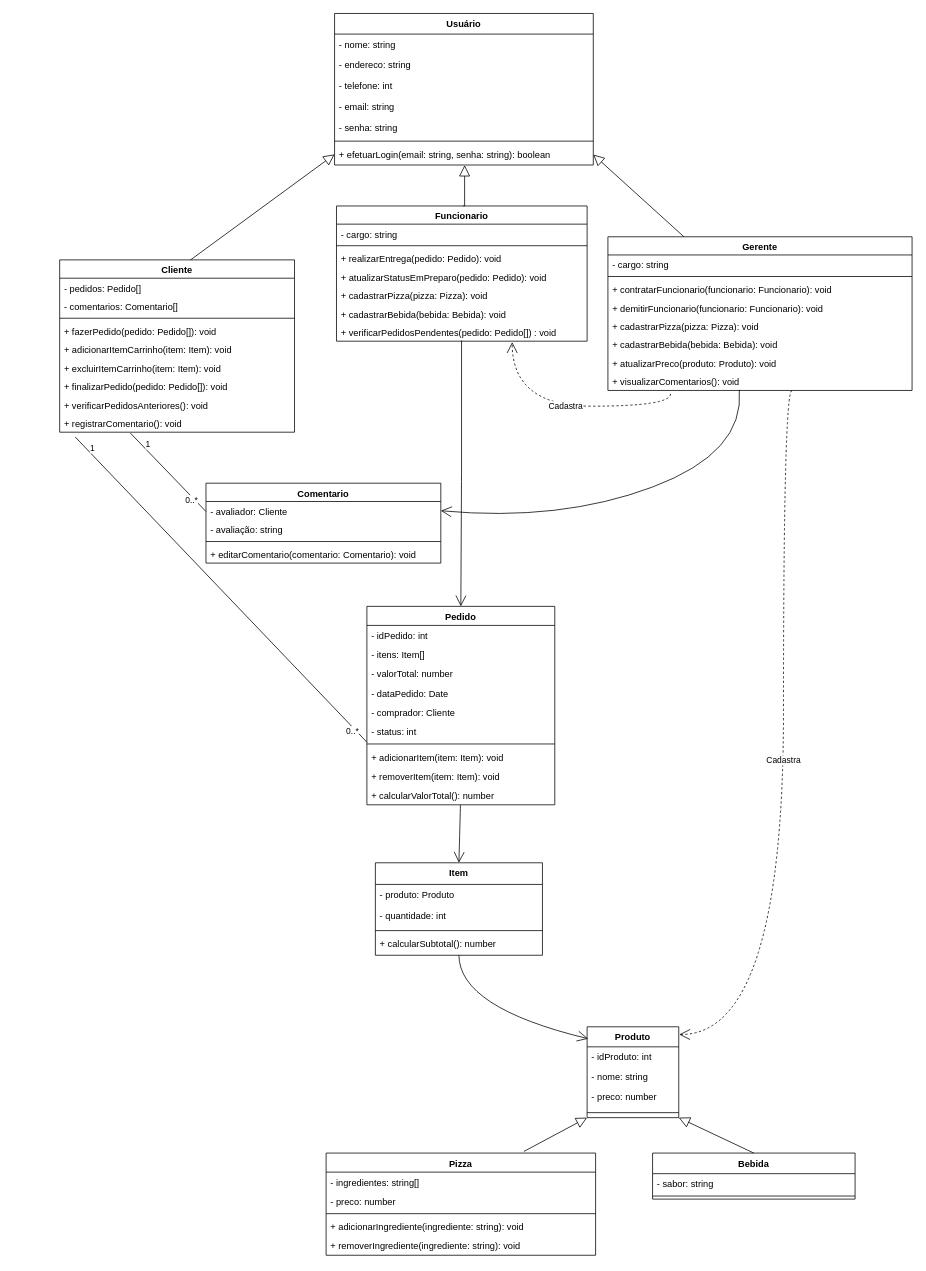
Earlier version of the draw.io diagram Eng. de software/Trab_EngenhariaSF.drawio (LuisAugusto0/Arquivos_PUC_CC). Source tidied: cells renumbered, new cells numbered last; positions are measured from the earlier drawing's top-left corner, leaving out a move shared by most shapes. Both pictures are drawn from the tidied source at 77%, with x=0, y=0 at pixel (59, 13).
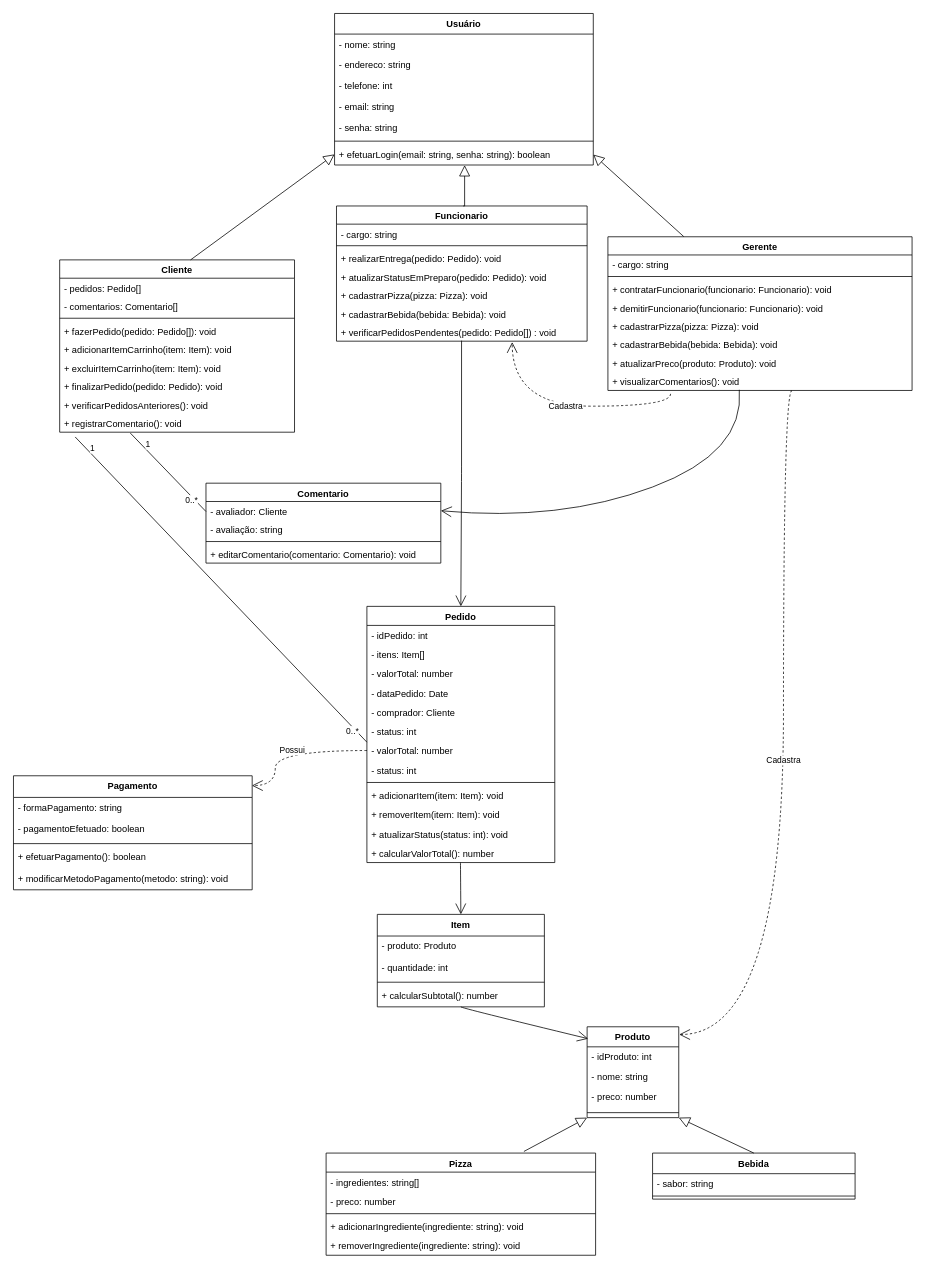
Above is the later version.

Unchanged cells that the change refers to:
```xml
<mxCell id="2" value="Cliente" style="swimlane;fontStyle=1;align=center;verticalAlign=top;horizontal=1;startSize=23.8104775168679;" parent="1" vertex="1">
  <mxGeometry y="320" width="305" height="223.8" as="geometry" />
</mxCell>
```

Change to the diagram source:
```diff
@@
-    <mxCell id="9" value="+ finalizarPedido(pedido: Pedido[]): void" style="text;strokeColor=none;fillColor=none;align=left;verticalAlign=top;spacingLeft=4;spacingRight=4;overflow=hidden;" parent="2" vertex="1">
+    <mxCell id="9" value="+ finalizarPedido(pedido: Pedido): void" style="text;strokeColor=none;fillColor=none;align=left;verticalAlign=top;spacingLeft=4;spacingRight=4;overflow=hidden;" parent="2" vertex="1">
       <mxGeometry y="151.8" width="305" height="24" as="geometry" />
     </mxCell>
@@
     <mxCell id="39" value="Pedido" style="swimlane;fontStyle=1;align=center;verticalAlign=top;horizontal=1;startSize=24.730932235717773;" parent="1" vertex="1">
-      <mxGeometry x="399" y="770" width="244" height="257.7" as="geometry" />
+      <mxGeometry x="399" y="770" width="244" height="332.7" as="geometry" />
     </mxCell>
@@
+    <mxCell id="89" value="- valorTotal: number" style="text;strokeColor=none;fillColor=none;align=left;verticalAlign=top;spacingLeft=4;spacingRight=4;overflow=hidden;points=[[0,0.5],[1,0.5]];portConstraint=eastwest;" parent="39" vertex="1">
+      <mxGeometry y="174.7" width="244" height="25" as="geometry" />
+    </mxCell>
+    <mxCell id="90" value="- status: int" style="text;strokeColor=none;fillColor=none;align=left;verticalAlign=top;spacingLeft=4;spacingRight=4;overflow=hidden;" parent="39" vertex="1">
+      <mxGeometry y="199.7" width="244" height="25" as="geometry" />
+    </mxCell>
     <mxCell id="46" style="line;strokeWidth=1;fillColor=none;align=left;verticalAlign=middle;spacingTop=-1;spacingLeft=3;spacingRight=3;labelPosition=right;strokeColor=inherit;" parent="39" vertex="1">
-      <mxGeometry y="174.7" width="244" height="8" as="geometry" />
+      <mxGeometry y="224.7" width="244" height="8" as="geometry" />
     </mxCell>
     <mxCell id="47" value="+ adicionarItem(item: Item): void" style="text;strokeColor=none;fillColor=none;align=left;verticalAlign=top;spacingLeft=4;spacingRight=4;overflow=hidden;" parent="39" vertex="1">
-      <mxGeometry y="182.7" width="244" height="25" as="geometry" />
+      <mxGeometry y="232.7" width="244" height="25" as="geometry" />
     </mxCell>
     <mxCell id="48" value="+ removerItem(item: Item): void" style="text;strokeColor=none;fillColor=none;align=left;verticalAlign=top;spacingLeft=4;spacingRight=4;overflow=hidden;" parent="39" vertex="1">
-      <mxGeometry y="207.7" width="244" height="25" as="geometry" />
+      <mxGeometry y="257.7" width="244" height="25" as="geometry" />
     </mxCell>
+    <mxCell id="91" value="+ atualizarStatus(status: int): void" style="text;strokeColor=none;fillColor=none;align=left;verticalAlign=top;spacingLeft=4;spacingRight=4;overflow=hidden;" parent="39" vertex="1">
+      <mxGeometry y="282.7" width="244" height="25" as="geometry" />
+    </mxCell>
     <mxCell id="49" value="+ calcularValorTotal(): number" style="text;strokeColor=none;fillColor=none;align=left;verticalAlign=top;spacingLeft=4;spacingRight=4;overflow=hidden;" parent="39" vertex="1">
-      <mxGeometry y="232.7" width="244" height="25" as="geometry" />
+      <mxGeometry y="307.7" width="244" height="25" as="geometry" />
     </mxCell>
     <mxCell id="50" value="Item" style="swimlane;fontStyle=1;align=center;verticalAlign=top;horizontal=1;startSize=28.105932235717773;" parent="1" vertex="1">
-      <mxGeometry x="410" y="1103" width="217" height="120.1" as="geometry" />
+      <mxGeometry x="412.5" y="1170" width="217" height="120.1" as="geometry" />
     </mxCell>
@@
+    <mxCell id="92" value="Pagamento" style="swimlane;fontStyle=1;align=center;verticalAlign=top;horizontal=1;startSize=28.105932235717773;" parent="1" vertex="1">
+      <mxGeometry x="-60" y="990" width="310" height="148.1" as="geometry" />
+    </mxCell>
+    <mxCell id="93" value="- formaPagamento: string" style="text;strokeColor=none;fillColor=none;align=left;verticalAlign=top;spacingLeft=4;spacingRight=4;overflow=hidden;" parent="92" vertex="1">
+      <mxGeometry y="28.1" width="310" height="28" as="geometry" />
+    </mxCell>
+    <mxCell id="94" value="- pagamentoEfetuado: boolean" style="text;strokeColor=none;fillColor=none;align=left;verticalAlign=top;spacingLeft=4;spacingRight=4;overflow=hidden;" parent="92" vertex="1">
+      <mxGeometry y="56.1" width="310" height="28" as="geometry" />
+    </mxCell>
+    <mxCell id="95" style="line;strokeWidth=1;fillColor=none;align=left;verticalAlign=middle;spacingTop=-1;spacingLeft=3;spacingRight=3;labelPosition=right;strokeColor=inherit;" parent="92" vertex="1">
+      <mxGeometry y="84.1" width="310" height="8" as="geometry" />
+    </mxCell>
+    <mxCell id="96" value="+ efetuarPagamento(): boolean" style="text;strokeColor=none;fillColor=none;align=left;verticalAlign=top;spacingLeft=4;spacingRight=4;overflow=hidden;" parent="92" vertex="1">
+      <mxGeometry y="92.1" width="310" height="28" as="geometry" />
+    </mxCell>
+    <mxCell id="97" value="+ modificarMetodoPagamento(metodo: string): void" style="text;strokeColor=none;fillColor=none;align=left;verticalAlign=top;spacingLeft=4;spacingRight=4;overflow=hidden;" parent="92" vertex="1">
+      <mxGeometry y="120.1" width="310" height="28" as="geometry" />
+    </mxCell>
+    <mxCell id="98" value="Possui" style="endArrow=open;endSize=12;dashed=1;html=1;rounded=0;entryX=0.999;entryY=0.086;entryDx=0;entryDy=0;exitX=0;exitY=0.5;exitDx=0;exitDy=0;edgeStyle=orthogonalEdgeStyle;curved=1;entryPerimeter=0;" parent="1" edge="1" source="89" target="92">
+      <mxGeometry relative="1" as="geometry">
+        <Array as="points">
+          <mxPoint x="280" y="957" />
+          <mxPoint x="280" y="1003" />
+        </Array>
+      </mxGeometry>
+    </mxCell>
```
